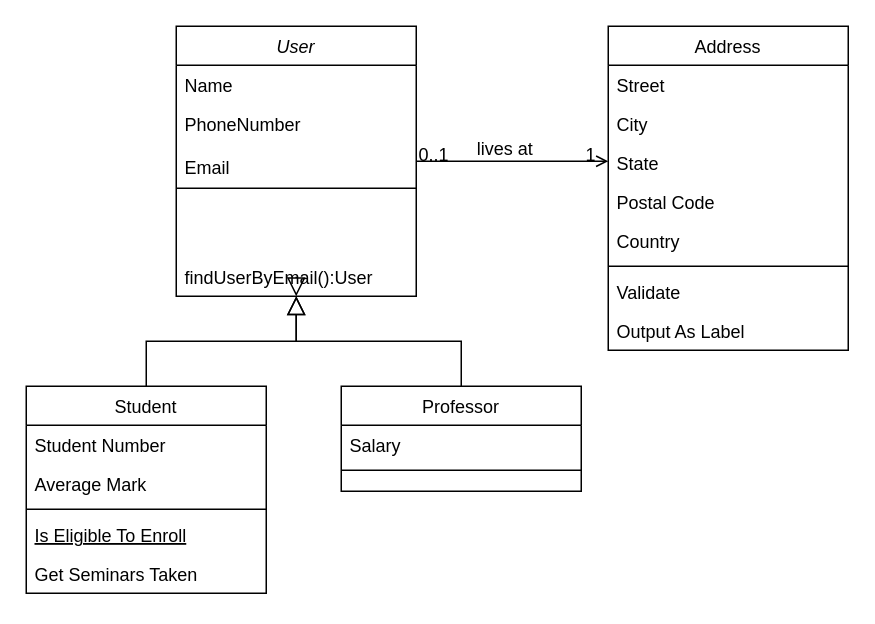
IgiranezaMichel/gold-mining-app-backend keeps this draw.io diagram as src/main/resources/gold_mining classDiagram.drawio. Above is the earlier version. Source tidied: cells renumbered, new cells numbered last; positions are measured from the earlier drawing's top-left corner, leaving out a move shared by most shapes. Both pictures are drawn from the tidied source at 150%, with x=0, y=0 at pixel (26, 26).
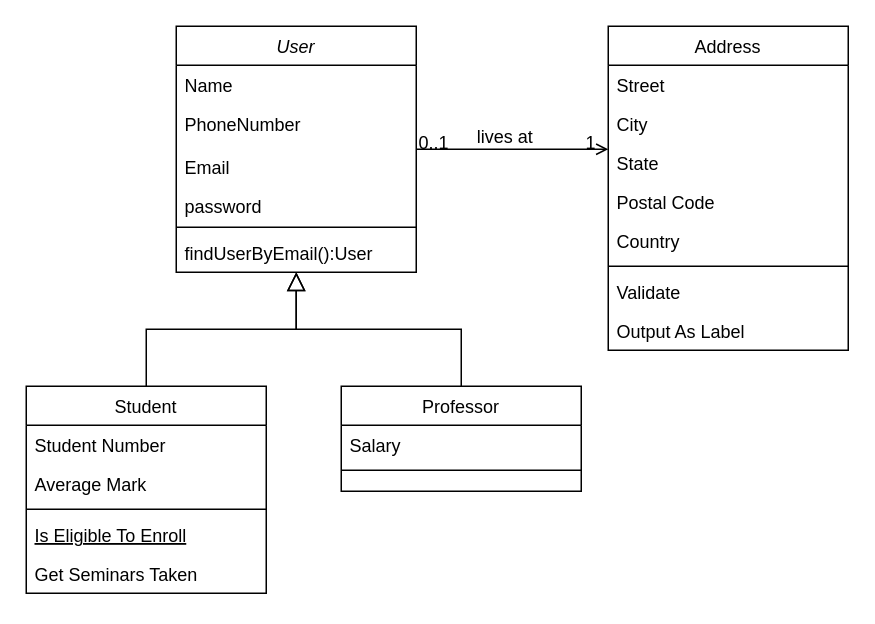
The same page after the edit.

Commit message:
add password in user entity

Diff of the diagram source:
```diff
@@
     <mxCell id="2" value="User" style="swimlane;fontStyle=2;align=center;verticalAlign=top;horizontal=1;startSize=26;rounded=0;shadow=0;strokeWidth=1;" parent="1" vertex="1">
-      <mxGeometry x="100" width="160" height="180" as="geometry" />
+      <mxGeometry x="100" width="160" height="164" as="geometry" />
     </mxCell>
@@
+    <mxCell id="33" value="password" style="text;align=left;verticalAlign=bottom;spacingLeft=4;spacingRight=4;overflow=hidden;rounded=0;shadow=0;html=0;" parent="2" vertex="1">
+      <mxGeometry y="104" width="160" height="26" as="geometry" />
+    </mxCell>
     <mxCell id="6" style="line;html=1;strokeWidth=1;align=left;verticalAlign=middle;spacingTop=-1;spacingLeft=3;spacingRight=3;labelPosition=right;" parent="2" vertex="1">
-      <mxGeometry y="104" width="160" height="8" as="geometry" />
+      <mxGeometry y="130" width="160" height="8" as="geometry" />
     </mxCell>
+    <mxCell id="17" style="endArrow=block;endSize=10;endFill=0;shadow=0;strokeWidth=1;rounded=0;curved=0;edgeStyle=elbowEdgeStyle;elbow=vertical;" parent="2" edge="1" source="32" target="2">
+      <mxGeometry relative="1" as="geometry">
+        <Array as="points">
+          <mxPoint x="90" y="130" />
+        </Array>
+      </mxGeometry>
+    </mxCell>
+    <mxCell id="32" value="findUserByEmail():User" style="text;align=left;verticalAlign=top;spacingLeft=4;spacingRight=4;overflow=hidden;points=[[0,0.5],[1,0.5]];portConstraint=eastwest;" parent="2" vertex="1">
+      <mxGeometry y="138" width="160" height="26" as="geometry" />
+    </mxCell>
@@
-    <mxCell id="17" style="endArrow=block;endSize=10;endFill=0;shadow=0;strokeWidth=1;rounded=0;curved=0;edgeStyle=elbowEdgeStyle;elbow=vertical;" parent="1" edge="1" source="32" target="2">
-      <mxGeometry relative="1" as="geometry" />
-    </mxCell>
@@
-    <mxCell id="32" value="findUserByEmail():User" style="text;align=left;verticalAlign=top;spacingLeft=4;spacingRight=4;overflow=hidden;points=[[0,0.5],[1,0.5]];portConstraint=eastwest;" parent="1" vertex="1">
-      <mxGeometry x="100" y="154" width="160" height="26" as="geometry" />
-    </mxCell>
```
